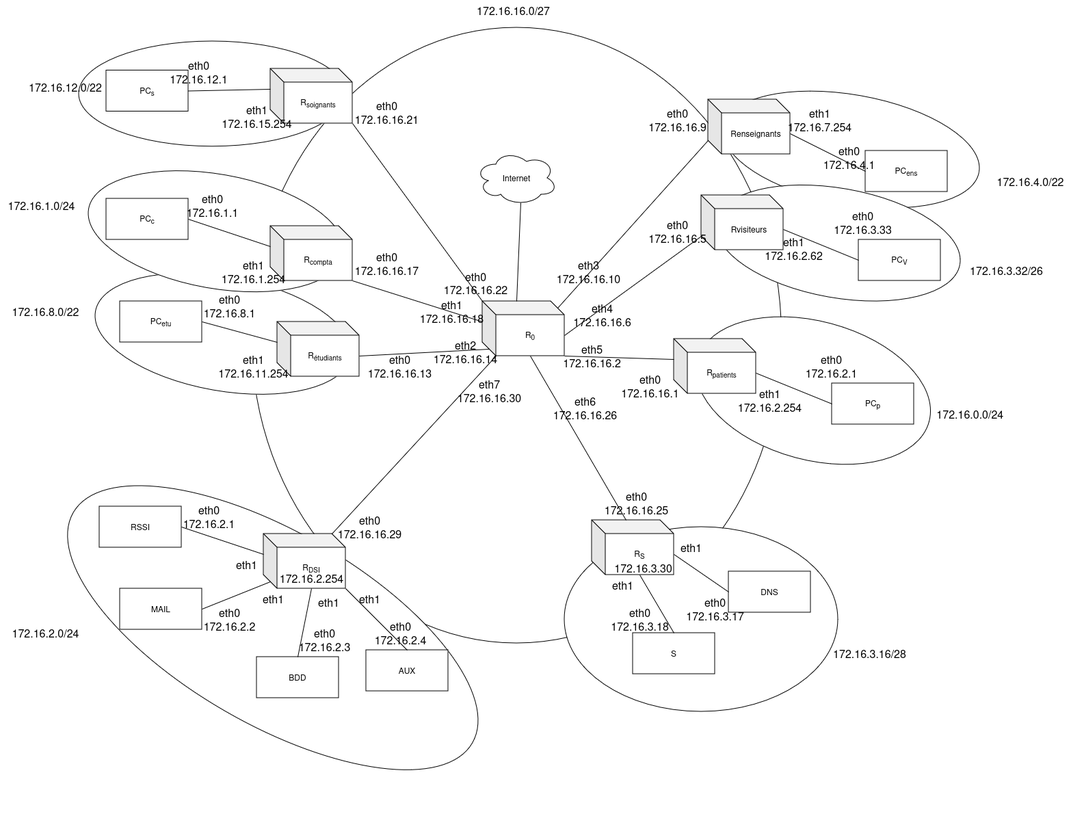
mperrot36/SAE_3.01_B keeps this draw.io diagram as ressources/diagramme_de_reseau.drawio(1).png. Above is the earlier version. Source tidied: cells renumbered, new cells last; positions are measured from the earlier drawing's top-left corner, leaving out a move shared by most shapes.
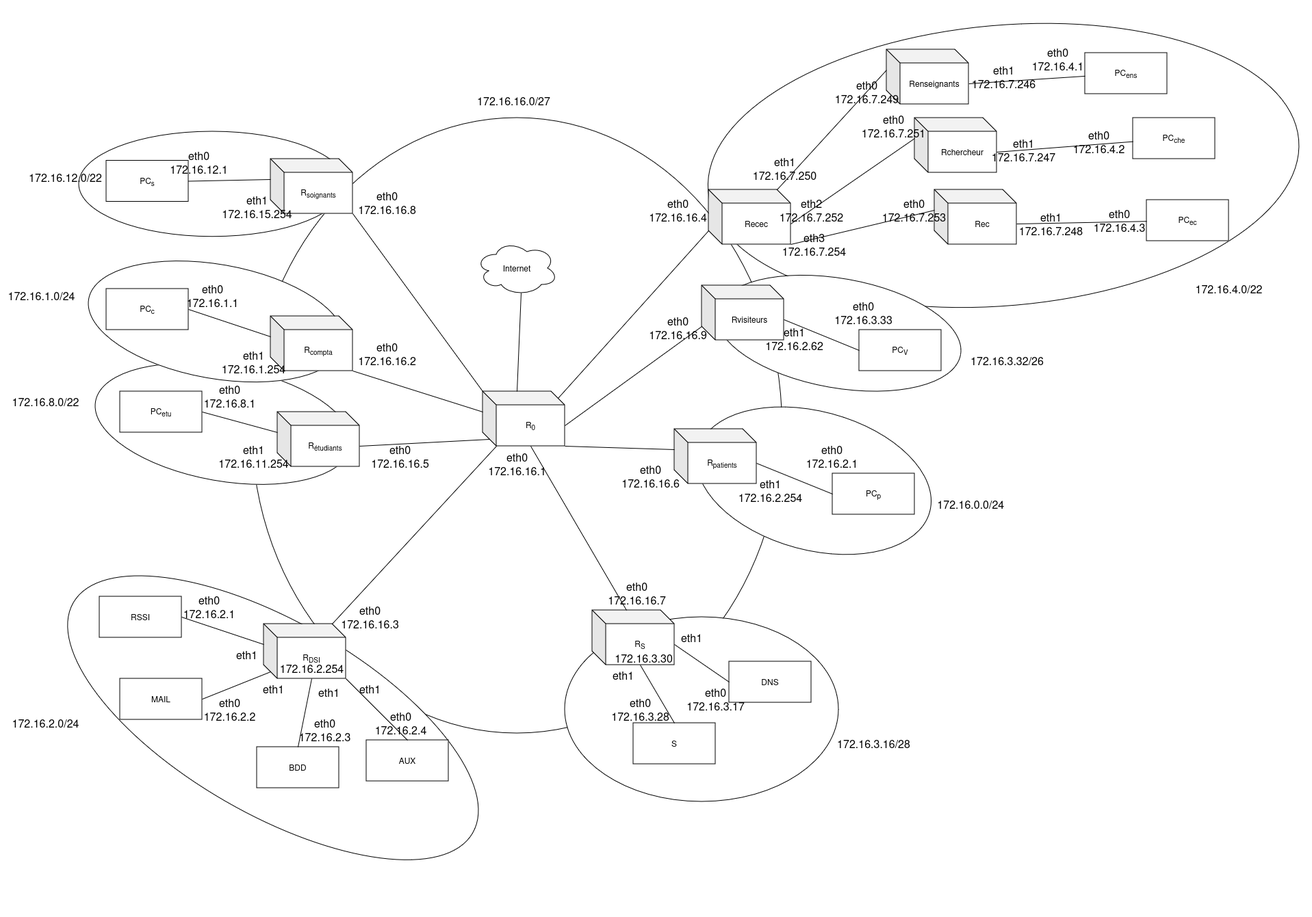
After the change.

Diff of the diagram source:
```diff
@@ -20,8 +20,8 @@
     <mxCell id="7" style="ellipse;whiteSpace=wrap;html=1;" parent="1" vertex="1">
       <mxGeometry x="115" y="60" width="390" height="153.8" as="geometry" />
     </mxCell>
-    <mxCell id="8" style="ellipse;whiteSpace=wrap;html=1;rotation=10;" parent="1" vertex="1">
-      <mxGeometry x="1054.5" y="138.5" width="379.8" height="160" as="geometry" />
+    <mxCell id="8" style="ellipse;whiteSpace=wrap;html=1;rotation=-5;" parent="1" vertex="1">
+      <mxGeometry x="1033.2" y="-95.1" width="866" height="410.1" as="geometry" />
     </mxCell>
     <mxCell id="9" style="ellipse;whiteSpace=wrap;html=1;rotation=10;" parent="1" vertex="1">
       <mxGeometry x="1044.5" y="275.2" width="361.8" height="160" as="geometry" />
@@ -110,16 +110,13 @@
     <mxCell id="37" style="endArrow=none;html=1;rounded=0;entryX=0;entryY=0.5;entryDx=0;entryDy=0;exitX=0;exitY=0;exitDx=120;exitDy=50;exitPerimeter=0;" parent="1" edge="1" source="34" target="36">
       <mxGeometry relative="1" as="geometry" />
     </mxCell>
-    <mxCell id="38" value="Renseignants" style="shape=cube;whiteSpace=wrap;html=1;boundedLbl=1;backgroundOutline=1;darkOpacity=0.05;darkOpacity2=0.1;" parent="1" vertex="1">
+    <mxCell id="38" value="Recec" style="shape=cube;whiteSpace=wrap;html=1;boundedLbl=1;backgroundOutline=1;darkOpacity=0.05;darkOpacity2=0.1;" parent="1" vertex="1">
       <mxGeometry x="1035" y="145" width="120" height="80" as="geometry" />
     </mxCell>
     <mxCell id="39" style="endArrow=none;html=1;rounded=0;exitX=0;exitY=0;exitDx=0;exitDy=60;exitPerimeter=0;entryX=0;entryY=0;entryDx=110;entryDy=10;entryPerimeter=0;" parent="1" edge="1" source="38" target="11">
       <mxGeometry relative="1" as="geometry" />
     </mxCell>
-    <mxCell id="40" value="PC&lt;sub&gt;ens&lt;/sub&gt;" style="rounded=0;whiteSpace=wrap;html=1;" parent="1" vertex="1">
-      <mxGeometry x="1265" y="220" width="120" height="60" as="geometry" />
-    </mxCell>
-    <mxCell id="41" style="endArrow=none;html=1;rounded=0;entryX=0;entryY=0.5;entryDx=0;entryDy=0;exitX=0;exitY=0;exitDx=120;exitDy=50;exitPerimeter=0;" parent="1" edge="1" source="38" target="40">
+    <mxCell id="41" style="endArrow=none;html=1;rounded=0;entryX=0;entryY=0;entryDx=0;entryDy=30;exitX=0;exitY=0;exitDx=100;exitDy=0;exitPerimeter=0;entryPerimeter=0;" parent="1" edge="1" source="38" target="106">
       <mxGeometry relative="1" as="geometry" />
     </mxCell>
     <mxCell id="42" value="R&lt;sub&gt;étudiants&lt;/sub&gt;" style="shape=cube;whiteSpace=wrap;html=1;boundedLbl=1;backgroundOutline=1;darkOpacity=0.05;darkOpacity2=0.1;" parent="1" vertex="1">
@@ -165,7 +162,7 @@
       <mxGeometry x="1406.2" y="380" width="130" height="30" as="geometry" />
     </mxCell>
     <mxCell id="56" value="172.16.4.0/22" style="text;html=1;align=center;verticalAlign=middle;strokeColor=none;fillColor=none;fontSize=16;" parent="1" vertex="1">
-      <mxGeometry x="1446" y="250" width="120" height="30" as="geometry" />
+      <mxGeometry x="1735" y="275" width="120" height="30" as="geometry" />
     </mxCell>
     <mxCell id="57" value="172.16.12.0/22" style="text;html=1;align=center;verticalAlign=middle;strokeColor=none;fillColor=none;fontSize=16;" parent="1" vertex="1">
       <mxGeometry x="30" y="111.9" width="130" height="30" as="geometry" />
@@ -180,31 +177,31 @@
       <mxGeometry x="6.3" y="910" width="120" height="30" as="geometry" />
     </mxCell>
     <mxCell id="61" value="172.16.3.16/28" style="text;html=1;align=center;verticalAlign=middle;strokeColor=none;fillColor=none;fontSize=16;" parent="1" vertex="1">
-      <mxGeometry x="1206" y="940" width="130" height="30" as="geometry" />
+      <mxGeometry x="1211" y="940" width="130" height="30" as="geometry" />
     </mxCell>
-    <mxCell id="62" value="eth0&lt;br&gt;172.16.16.25" style="text;html=1;align=center;verticalAlign=middle;strokeColor=none;fillColor=none;fontSize=16;" parent="1" vertex="1">
-      <mxGeometry x="870" y="710" width="120" height="50" as="geometry" />
+    <mxCell id="62" value="eth0&lt;br&gt;&lt;div&gt;172.16.16.7&lt;/div&gt;" style="text;html=1;align=center;verticalAlign=middle;strokeColor=none;fillColor=none;fontSize=16;" parent="1" vertex="1">
+      <mxGeometry x="875" y="710" width="110" height="50" as="geometry" />
     </mxCell>
-    <mxCell id="63" value="eth0&lt;br&gt;172.16.16.1" style="text;html=1;align=center;verticalAlign=middle;strokeColor=none;fillColor=none;fontSize=16;" parent="1" vertex="1">
+    <mxCell id="63" value="eth0&lt;br&gt;172.16.16.6" style="text;html=1;align=center;verticalAlign=middle;strokeColor=none;fillColor=none;fontSize=16;" parent="1" vertex="1">
       <mxGeometry x="895" y="538.8" width="110" height="50" as="geometry" />
     </mxCell>
-    <mxCell id="64" value="eth0&lt;br&gt;172.16.16.5" style="text;html=1;align=center;verticalAlign=middle;strokeColor=none;fillColor=none;fontSize=16;" parent="1" vertex="1">
-      <mxGeometry x="935" y="313.2" width="110" height="50" as="geometry" />
+    <mxCell id="64" value="eth0&lt;br&gt;&lt;div&gt;172.16.16.9&lt;/div&gt;" style="text;html=1;align=center;verticalAlign=middle;strokeColor=none;fillColor=none;fontSize=16;" parent="1" vertex="1">
+      <mxGeometry x="935" y="321.7" width="110" height="50" as="geometry" />
     </mxCell>
-    <mxCell id="65" value="&lt;div&gt;eth0&lt;/div&gt;172.16.16.9" style="text;html=1;align=center;verticalAlign=middle;strokeColor=none;fillColor=none;fontSize=16;" parent="1" vertex="1">
+    <mxCell id="65" value="&lt;div&gt;eth0&lt;/div&gt;172.16.16.4" style="text;html=1;align=center;verticalAlign=middle;strokeColor=none;fillColor=none;fontSize=16;" parent="1" vertex="1">
       <mxGeometry x="935" y="150" width="110" height="50" as="geometry" />
     </mxCell>
-    <mxCell id="66" value="eth0&lt;br&gt;172.16.16.21" style="text;html=1;align=center;verticalAlign=middle;strokeColor=none;fillColor=none;fontSize=16;" parent="1" vertex="1">
-      <mxGeometry x="505" y="138.5" width="120" height="50" as="geometry" />
+    <mxCell id="66" value="eth0&lt;br&gt;&lt;div&gt;172.16.16.8&lt;/div&gt;" style="text;html=1;align=center;verticalAlign=middle;strokeColor=none;fillColor=none;fontSize=16;" parent="1" vertex="1">
+      <mxGeometry x="510" y="138.5" width="110" height="50" as="geometry" />
     </mxCell>
-    <mxCell id="67" value="&lt;div&gt;eth0&lt;/div&gt;172.16.16.13" style="text;html=1;align=center;verticalAlign=middle;strokeColor=none;fillColor=none;fontSize=16;" parent="1" vertex="1">
-      <mxGeometry x="523.9" y="510" width="120" height="50" as="geometry" />
+    <mxCell id="67" value="&lt;div&gt;eth0&lt;/div&gt;172.16.16.5" style="text;html=1;align=center;verticalAlign=middle;strokeColor=none;fillColor=none;fontSize=16;" parent="1" vertex="1">
+      <mxGeometry x="528.9" y="510" width="110" height="50" as="geometry" />
     </mxCell>
-    <mxCell id="68" value="&lt;div&gt;eth0&lt;/div&gt;&lt;div&gt;172.16.16.29&lt;/div&gt;" style="text;html=1;align=center;verticalAlign=middle;strokeColor=none;fillColor=none;fontSize=16;" parent="1" vertex="1">
-      <mxGeometry x="480.3" y="745" width="120" height="50" as="geometry" />
+    <mxCell id="68" value="&lt;div&gt;eth0&lt;/div&gt;&lt;div&gt;172.16.16.3&lt;/div&gt;" style="text;html=1;align=center;verticalAlign=middle;strokeColor=none;fillColor=none;fontSize=16;" parent="1" vertex="1">
+      <mxGeometry x="485.3" y="745" width="110" height="50" as="geometry" />
     </mxCell>
-    <mxCell id="69" value="&lt;div&gt;eth0&lt;/div&gt;&lt;div&gt;172.16.16.17&lt;/div&gt;" style="text;html=1;align=center;verticalAlign=middle;strokeColor=none;fillColor=none;fontSize=16;" parent="1" vertex="1">
-      <mxGeometry x="505" y="360" width="120" height="50" as="geometry" />
+    <mxCell id="69" value="&lt;div&gt;eth0&lt;/div&gt;&lt;div&gt;172.16.16.2&lt;/div&gt;" style="text;html=1;align=center;verticalAlign=middle;strokeColor=none;fillColor=none;fontSize=16;" parent="1" vertex="1">
+      <mxGeometry x="510" y="360" width="110" height="50" as="geometry" />
     </mxCell>
     <mxCell id="70" value="&lt;div&gt;eth0&lt;/div&gt;&lt;div&gt;172.16.2.4&lt;/div&gt;" style="text;html=1;align=center;verticalAlign=middle;strokeColor=none;fillColor=none;fontSize=16;" parent="1" vertex="1">
       <mxGeometry x="535" y="900" width="100" height="50" as="geometry" />
@@ -236,11 +233,8 @@
     <mxCell id="79" value="eth1&lt;br&gt;172.16.15.254" style="text;html=1;align=center;verticalAlign=middle;strokeColor=none;fillColor=none;fontSize=16;" parent="1" vertex="1">
       <mxGeometry x="310" y="145" width="130" height="50" as="geometry" />
     </mxCell>
-    <mxCell id="80" value="eth0&lt;br&gt;172.16.4.1" style="text;html=1;align=center;verticalAlign=middle;strokeColor=none;fillColor=none;fontSize=16;" parent="1" vertex="1">
-      <mxGeometry x="1191" y="204.8" width="100" height="50" as="geometry" />
-    </mxCell>
-    <mxCell id="81" value="eth1&lt;br&gt;172.16.7.254" style="text;html=1;align=center;verticalAlign=middle;strokeColor=none;fillColor=none;fontSize=16;" parent="1" vertex="1">
-      <mxGeometry x="1138" y="150" width="120" height="50" as="geometry" />
+    <mxCell id="81" value="eth1&lt;br&gt;&lt;div&gt;172.16.7.250&lt;/div&gt;" style="text;html=1;align=center;verticalAlign=middle;strokeColor=none;fillColor=none;fontSize=16;" parent="1" vertex="1">
+      <mxGeometry x="1086" y="88.5" width="120" height="50" as="geometry" />
     </mxCell>
     <mxCell id="82" value="eth0&lt;br&gt;172.16.3.33" style="text;html=1;align=center;verticalAlign=middle;strokeColor=none;fillColor=none;fontSize=16;" parent="1" vertex="1">
       <mxGeometry x="1206" y="300" width="110" height="50" as="geometry" />
@@ -257,7 +251,7 @@
     <mxCell id="86" value="eth0&lt;br&gt;172.16.3.17" style="text;html=1;align=center;verticalAlign=middle;strokeColor=none;fillColor=none;fontSize=16;" parent="1" vertex="1">
       <mxGeometry x="990" y="865" width="110" height="50" as="geometry" />
     </mxCell>
-    <mxCell id="87" value="eth0&lt;br&gt;172.16.3.18" style="text;html=1;align=center;verticalAlign=middle;strokeColor=none;fillColor=none;fontSize=16;" parent="1" vertex="1">
+    <mxCell id="87" value="eth0&lt;br&gt;172.16.3.28" style="text;html=1;align=center;verticalAlign=middle;strokeColor=none;fillColor=none;fontSize=16;" parent="1" vertex="1">
       <mxGeometry x="880" y="880" width="110" height="50" as="geometry" />
     </mxCell>
     <mxCell id="88" value="eth1" style="text;html=1;align=center;verticalAlign=middle;strokeColor=none;fillColor=none;fontSize=16;" parent="1" vertex="1">
@@ -287,29 +281,74 @@
     <mxCell id="96" value="172.16.16.0/27" style="text;html=1;align=center;verticalAlign=middle;strokeColor=none;fillColor=none;fontSize=16;" parent="1" vertex="1">
       <mxGeometry x="685" width="130" height="30" as="geometry" />
     </mxCell>
-    <mxCell id="97" value="&lt;div&gt;eth5&lt;/div&gt;172.16.16.2" style="text;html=1;align=center;verticalAlign=middle;strokeColor=none;fillColor=none;fontSize=16;" parent="1" vertex="1">
-      <mxGeometry x="810" y="495" width="110" height="50" as="geometry" />
-    </mxCell>
-    <mxCell id="98" value="&lt;div&gt;eth4&lt;/div&gt;&lt;div&gt;172.16.16.6&lt;/div&gt;" style="text;html=1;align=center;verticalAlign=middle;strokeColor=none;fillColor=none;fontSize=16;" parent="1" vertex="1">
-      <mxGeometry x="825" y="435.2" width="110" height="50" as="geometry" />
-    </mxCell>
-    <mxCell id="99" value="&lt;div&gt;eth3&lt;/div&gt;&lt;div&gt;172.16.16.10&lt;/div&gt;" style="text;html=1;align=center;verticalAlign=middle;strokeColor=none;fillColor=none;fontSize=16;" parent="1" vertex="1">
-      <mxGeometry x="800" y="371.7" width="120" height="50" as="geometry" />
-    </mxCell>
-    <mxCell id="100" value="&lt;div&gt;eth2&lt;/div&gt;&lt;div&gt;172.16.16.14&lt;/div&gt;" style="text;html=1;align=center;verticalAlign=middle;strokeColor=none;fillColor=none;fontSize=16;" parent="1" vertex="1">
-      <mxGeometry x="620" y="488.8" width="120" height="50" as="geometry" />
-    </mxCell>
-    <mxCell id="101" value="&lt;div&gt;eth1&lt;/div&gt;&lt;div&gt;172.16.16.18&lt;/div&gt;" style="text;html=1;align=center;verticalAlign=middle;strokeColor=none;fillColor=none;fontSize=16;" parent="1" vertex="1">
-      <mxGeometry x="600.3" y="430" width="120" height="50" as="geometry" />
-    </mxCell>
-    <mxCell id="102" value="&lt;div&gt;eth0&lt;/div&gt;&lt;div&gt;172.16.16.22&lt;/div&gt;&lt;div&gt;&lt;br&gt;&lt;/div&gt;" style="text;html=1;align=center;verticalAlign=middle;strokeColor=none;fillColor=none;fontSize=16;" parent="1" vertex="1">
-      <mxGeometry x="635" y="387.5" width="120" height="70" as="geometry" />
-    </mxCell>
-    <mxCell id="103" value="&lt;div&gt;eth6&lt;/div&gt;172.16.16.26" style="text;html=1;align=center;verticalAlign=middle;strokeColor=none;fillColor=none;fontSize=16;" parent="1" vertex="1">
-      <mxGeometry x="795" y="571.4" width="120" height="50" as="geometry" />
-    </mxCell>
-    <mxCell id="104" value="&lt;div&gt;eth7&lt;/div&gt;&lt;div&gt;172.16.16.30&lt;/div&gt;" style="text;html=1;align=center;verticalAlign=middle;strokeColor=none;fillColor=none;fontSize=16;" parent="1" vertex="1">
-      <mxGeometry x="655" y="546" width="120" height="50" as="geometry" />
+    <mxCell id="104" value="&lt;div&gt;eth0&lt;/div&gt;&lt;div&gt;172.16.16.1&lt;/div&gt;" style="text;html=1;align=center;verticalAlign=middle;strokeColor=none;fillColor=none;fontSize=16;" parent="1" vertex="1">
+      <mxGeometry x="700" y="521.4" width="110" height="50" as="geometry" />
     </mxCell>
+    <mxCell id="40" value="PC&lt;sub&gt;ens&lt;/sub&gt;" style="rounded=0;whiteSpace=wrap;html=1;" parent="1" vertex="1">
+      <mxGeometry x="1585" y="-55" width="120" height="60" as="geometry" />
+    </mxCell>
+    <mxCell id="80" value="eth0&lt;br&gt;172.16.4.1" style="text;html=1;align=center;verticalAlign=middle;strokeColor=none;fillColor=none;fontSize=16;" parent="1" vertex="1">
+      <mxGeometry x="1495" y="-71.5" width="100" height="50" as="geometry" />
+    </mxCell>
+    <mxCell id="105" style="rounded=0;jettySize=auto;html=1;exitX=0;exitY=0;exitDx=120;exitDy=50;exitPerimeter=0;endArrow=none;endFill=0;" parent="1" edge="1" source="106" target="40">
+      <mxGeometry relative="1" as="geometry" />
+    </mxCell>
+    <mxCell id="106" value="Renseignants" style="shape=cube;whiteSpace=wrap;html=1;boundedLbl=1;backgroundOutline=1;darkOpacity=0.05;darkOpacity2=0.1;" parent="1" vertex="1">
+      <mxGeometry x="1295" y="-60" width="120" height="80" as="geometry" />
+    </mxCell>
+    <mxCell id="107" value="Rchercheur" style="shape=cube;whiteSpace=wrap;html=1;boundedLbl=1;backgroundOutline=1;darkOpacity=0.05;darkOpacity2=0.1;" parent="1" vertex="1">
+      <mxGeometry x="1336" y="40" width="120" height="80" as="geometry" />
+    </mxCell>
+    <mxCell id="108" value="&lt;div&gt;Rec&lt;/div&gt;" style="shape=cube;whiteSpace=wrap;html=1;boundedLbl=1;backgroundOutline=1;darkOpacity=0.05;darkOpacity2=0.1;" parent="1" vertex="1">
+      <mxGeometry x="1365" y="145" width="120" height="80" as="geometry" />
+    </mxCell>
+    <mxCell id="109" style="endArrow=none;html=1;rounded=0;entryX=0;entryY=0;entryDx=0;entryDy=30;exitX=0;exitY=0;exitDx=120;exitDy=50;exitPerimeter=0;entryPerimeter=0;" parent="1" edge="1" source="38" target="107">
+      <mxGeometry relative="1" as="geometry" />
+    </mxCell>
+    <mxCell id="110" style="endArrow=none;html=1;rounded=0;entryX=0;entryY=0;entryDx=0;entryDy=30;exitX=1;exitY=1;exitDx=0;exitDy=0;exitPerimeter=0;entryPerimeter=0;" parent="1" edge="1" source="38" target="108">
+      <mxGeometry relative="1" as="geometry" />
+    </mxCell>
+    <mxCell id="111" value="eth2&lt;br&gt;172.16.7.252" style="text;html=1;align=center;verticalAlign=middle;strokeColor=none;fillColor=none;fontSize=16;" parent="1" vertex="1">
+      <mxGeometry x="1125" y="150" width="120" height="50" as="geometry" />
+    </mxCell>
+    <mxCell id="112" value="eth3&lt;br&gt;172.16.7.254" style="text;html=1;align=center;verticalAlign=middle;strokeColor=none;fillColor=none;fontSize=16;" parent="1" vertex="1">
+      <mxGeometry x="1129.3" y="200" width="120" height="50" as="geometry" />
+    </mxCell>
+    <mxCell id="113" value="eth0&lt;br&gt;&lt;div&gt;172.16.7.253&lt;/div&gt;" style="text;html=1;align=center;verticalAlign=middle;strokeColor=none;fillColor=none;fontSize=16;" parent="1" vertex="1">
+      <mxGeometry x="1275" y="150" width="120" height="50" as="geometry" />
+    </mxCell>
+    <mxCell id="114" value="eth0&lt;br&gt;&lt;div&gt;172.16.7.251&lt;/div&gt;" style="text;html=1;align=center;verticalAlign=middle;strokeColor=none;fillColor=none;fontSize=16;" parent="1" vertex="1">
+      <mxGeometry x="1244.5" y="27.4" width="120" height="50" as="geometry" />
+    </mxCell>
+    <mxCell id="115" value="&lt;div&gt;eth0&lt;/div&gt;&lt;div&gt;172.16.7.249&lt;/div&gt;" style="text;html=1;align=center;verticalAlign=middle;strokeColor=none;fillColor=none;fontSize=16;" parent="1" vertex="1">
+      <mxGeometry x="1206" y="-22.6" width="120" height="50" as="geometry" />
+    </mxCell>
+    <mxCell id="116" value="PC&lt;sub&gt;che&lt;/sub&gt;" style="rounded=0;whiteSpace=wrap;html=1;" parent="1" vertex="1">
+      <mxGeometry x="1655" y="40" width="120" height="60" as="geometry" />
+    </mxCell>
+    <mxCell id="117" style="rounded=0;jettySize=auto;html=1;exitX=0;exitY=0;exitDx=120;exitDy=50;exitPerimeter=0;endArrow=none;endFill=0;" parent="1" edge="1" source="107" target="116">
+      <mxGeometry relative="1" as="geometry" />
+    </mxCell>
+    <mxCell id="118" value="PC&lt;sub&gt;ec&lt;/sub&gt;" style="rounded=0;whiteSpace=wrap;html=1;" parent="1" vertex="1">
+      <mxGeometry x="1675" y="160" width="120" height="60" as="geometry" />
+    </mxCell>
+    <mxCell id="119" style="rounded=0;jettySize=auto;html=1;exitX=0;exitY=0;exitDx=120;exitDy=50;exitPerimeter=0;endArrow=none;endFill=0;" parent="1" edge="1" source="108" target="118">
+      <mxGeometry relative="1" as="geometry" />
+    </mxCell>
+    <mxCell id="120" value="eth0&lt;br&gt;172.16.4.2" style="text;html=1;align=center;verticalAlign=middle;strokeColor=none;fillColor=none;fontSize=16;" parent="1" vertex="1">
+      <mxGeometry x="1555" y="50" width="100" height="50" as="geometry" />
+    </mxCell>
+    <mxCell id="121" value="eth0&lt;br&gt;&lt;div&gt;172.16.4.3&lt;/div&gt;" style="text;html=1;align=center;verticalAlign=middle;strokeColor=none;fillColor=none;fontSize=16;" parent="1" vertex="1">
+      <mxGeometry x="1585" y="165" width="100" height="50" as="geometry" />
+    </mxCell>
+    <mxCell id="122" value="eth1&lt;br&gt;&lt;div&gt;172.16.7.248&lt;/div&gt;" style="text;html=1;align=center;verticalAlign=middle;strokeColor=none;fillColor=none;fontSize=16;" parent="1" vertex="1">
+      <mxGeometry x="1475" y="170" width="120" height="50" as="geometry" />
+    </mxCell>
+    <mxCell id="123" value="eth1&lt;br&gt;&lt;div&gt;172.16.7.247&lt;/div&gt;" style="text;html=1;align=center;verticalAlign=middle;strokeColor=none;fillColor=none;fontSize=16;" parent="1" vertex="1">
+      <mxGeometry x="1435" y="61.9" width="120" height="50" as="geometry" />
+    </mxCell>
+    <mxCell id="124" value="eth1&lt;br&gt;&lt;div&gt;172.16.7.246&lt;/div&gt;" style="text;html=1;align=center;verticalAlign=middle;strokeColor=none;fillColor=none;fontSize=16;" parent="1" vertex="1">
+      <mxGeometry x="1406.2" y="-45" width="120" height="50" as="geometry" />
+    </mxCell>
   </root>
 </mxGraphModel>
```
